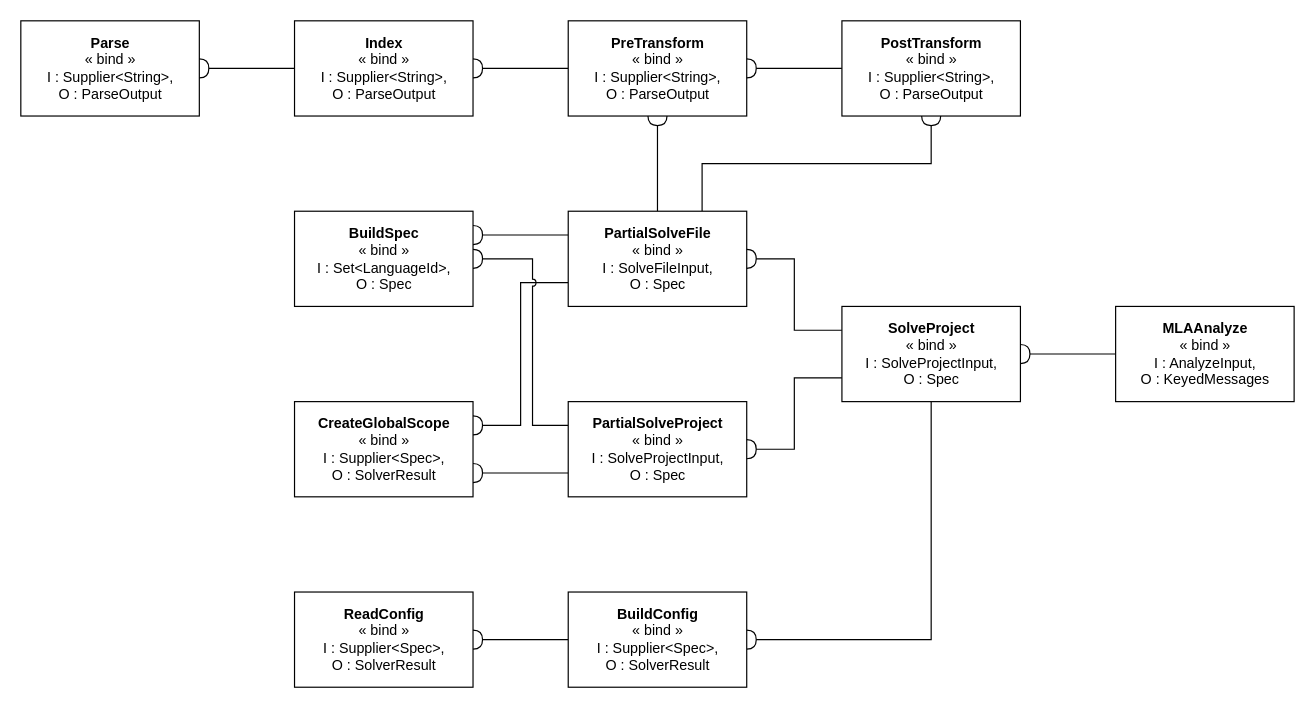
This is page "MLA Task Hierarchy" (16 of 17) of Spoofax3 Diagrams.drawio from AZWN/Spoofax-pie-diagrams, a draw.io file, before an edit. Source tidied: cells renumbered, new cells numbered last; positions are measured from the earlier drawing's top-left corner, leaving out a move shared by most shapes. Both pictures are drawn from the tidied source at 119%, with x=0, y=0 at pixel (20, 20).
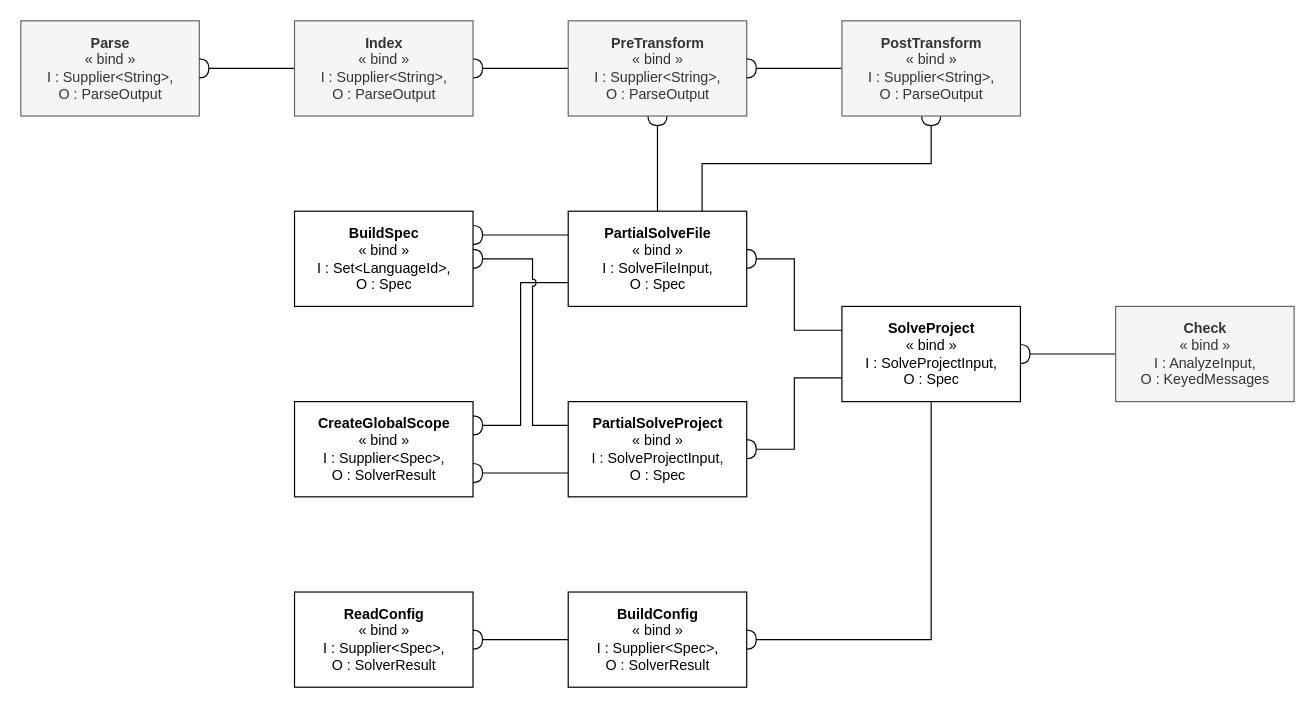
After the change.

The edit, as a diff of the source:
```diff
@@
-    <mxCell id="3" value="&lt;b&gt;MLAAnalyze&lt;/b&gt;&lt;br&gt;« bind »&lt;br&gt;I : AnalyzeInput, &lt;br&gt;O : KeyedMessages" style="html=1;" parent="1" vertex="1">
+    <mxCell id="3" value="&lt;b&gt;Check&lt;/b&gt;&lt;br&gt;« bind »&lt;br&gt;I : AnalyzeInput, &lt;br&gt;O : KeyedMessages" style="html=1;fillColor=#f5f5f5;strokeColor=#666666;fontColor=#333333;" parent="1" vertex="1">
       <mxGeometry x="920" y="240" width="150" height="80" as="geometry" />
     </mxCell>
@@
-    <mxCell id="21" value="&lt;b&gt;Parse&lt;/b&gt;&lt;br&gt;« bind »&lt;br&gt;I : Supplier&amp;lt;String&amp;gt;, &lt;br&gt;O : ParseOutput" style="html=1;" parent="1" vertex="1">
+    <mxCell id="21" value="&lt;b&gt;Parse&lt;/b&gt;&lt;br&gt;« bind »&lt;br&gt;I : Supplier&amp;lt;String&amp;gt;, &lt;br&gt;O : ParseOutput" style="html=1;fillColor=#f5f5f5;strokeColor=#666666;fontColor=#333333;" parent="1" vertex="1">
       <mxGeometry width="150" height="80" as="geometry" />
     </mxCell>
@@
-    <mxCell id="23" value="&lt;b&gt;PreTransform&lt;/b&gt;&lt;br&gt;« bind »&lt;br&gt;I : Supplier&amp;lt;String&amp;gt;, &lt;br&gt;O : ParseOutput" style="html=1;" parent="1" vertex="1">
+    <mxCell id="23" value="&lt;b&gt;PreTransform&lt;/b&gt;&lt;br&gt;« bind »&lt;br&gt;I : Supplier&amp;lt;String&amp;gt;, &lt;br&gt;O : ParseOutput" style="html=1;fillColor=#f5f5f5;strokeColor=#666666;fontColor=#333333;" parent="1" vertex="1">
       <mxGeometry x="460" width="150" height="80" as="geometry" />
     </mxCell>
@@
-    <mxCell id="25" value="&lt;b&gt;PostTransform&lt;/b&gt;&lt;br&gt;« bind »&lt;br&gt;I : Supplier&amp;lt;String&amp;gt;, &lt;br&gt;O : ParseOutput" style="html=1;" parent="1" vertex="1">
+    <mxCell id="25" value="&lt;b&gt;PostTransform&lt;/b&gt;&lt;br&gt;« bind »&lt;br&gt;I : Supplier&amp;lt;String&amp;gt;, &lt;br&gt;O : ParseOutput" style="html=1;fillColor=#f5f5f5;strokeColor=#666666;fontColor=#333333;" parent="1" vertex="1">
       <mxGeometry x="690" width="150" height="80" as="geometry" />
     </mxCell>
@@
-    <mxCell id="27" value="&lt;b&gt;Index&lt;/b&gt;&lt;br&gt;« bind »&lt;br&gt;I : Supplier&amp;lt;String&amp;gt;, &lt;br&gt;O : ParseOutput" style="html=1;" parent="1" vertex="1">
+    <mxCell id="27" value="&lt;b&gt;Index&lt;/b&gt;&lt;br&gt;« bind »&lt;br&gt;I : Supplier&amp;lt;String&amp;gt;, &lt;br&gt;O : ParseOutput" style="html=1;fillColor=#f5f5f5;strokeColor=#666666;fontColor=#333333;" parent="1" vertex="1">
       <mxGeometry x="230" width="150" height="80" as="geometry" />
     </mxCell>
```
